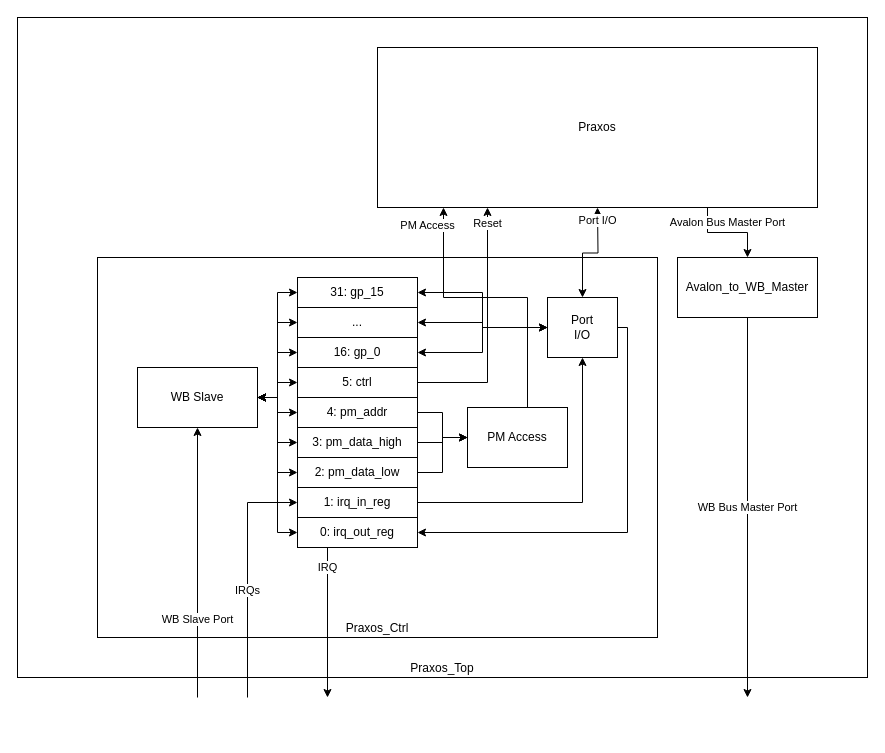
Before: assets/Praxos_Block_Diagram.drawio in epsilon537/boxlambda, a draw.io diagram. Source tidied: cells renumbered, new cells numbered last; positions are measured from the earlier drawing's top-left corner, leaving out a move shared by most shapes. Both pictures are drawn from the tidied source at 100%, with x=0, y=0 at pixel (17, 17).
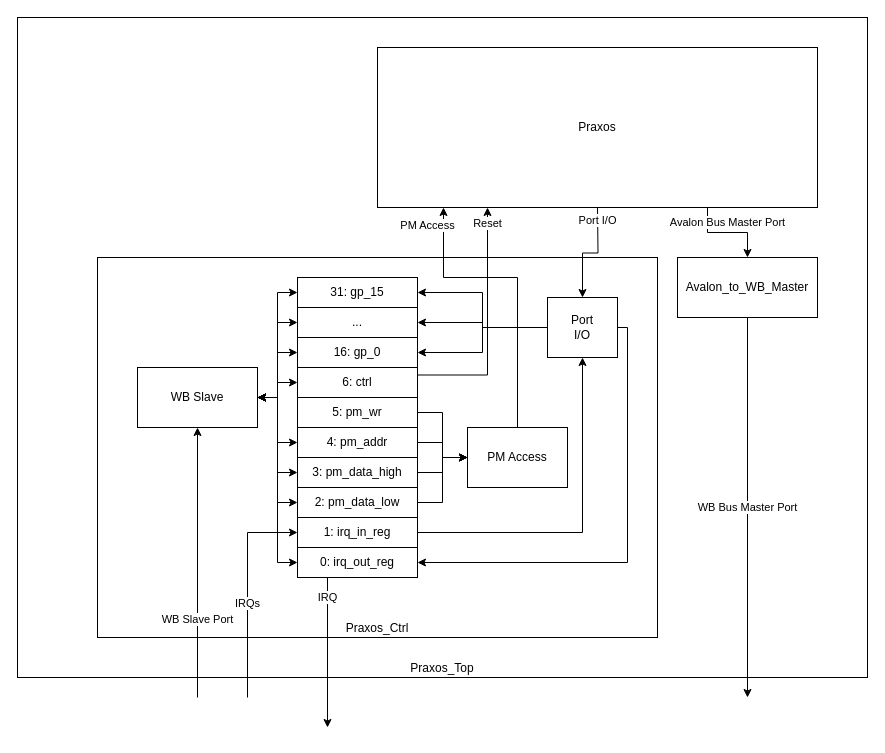
Above is the later version.

Unchanged cells that the change refers to:
```xml
<mxCell id="3" value="Praxos" style="rounded=0;whiteSpace=wrap;html=1;points=[[0,0,0,0,0],[0,0.25,0,0,0],[0,0.5,0,0,0],[0,0.75,0,0,0],[0,1,0,0,0],[0.15,1,0,0,0],[0.25,0,0,0,0],[0.33,1,0,0,0],[0.5,0,0,0,0],[0.5,1,0,0,0],[0.67,1,0,0,0],[0.75,0,0,0,0],[0.82,1,0,0,0],[1,0,0,0,0],[1,0.25,0,0,0],[1,0.5,0,0,0],[1,0.75,0,0,0],[1,1,0,0,0]];" parent="1" vertex="1">
  <mxGeometry x="360" y="30" width="440" height="160" as="geometry" />
</mxCell>
<mxCell id="19" value="16: gp_0" style="rounded=0;whiteSpace=wrap;html=1;" parent="1" vertex="1">
  <mxGeometry x="280" y="320" width="120" height="30" as="geometry" />
</mxCell>
<mxCell id="20" value="..." style="rounded=0;whiteSpace=wrap;html=1;" parent="1" vertex="1">
  <mxGeometry x="280" y="290" width="120" height="30" as="geometry" />
</mxCell>
<mxCell id="21" value="31: gp_15" style="rounded=0;whiteSpace=wrap;html=1;" parent="1" vertex="1">
  <mxGeometry x="280" y="260" width="120" height="30" as="geometry" />
</mxCell>
<mxCell id="26" value="Port&lt;br&gt;I/O" style="rounded=0;whiteSpace=wrap;html=1;" parent="1" vertex="1">
  <mxGeometry x="530" y="280" width="70" height="60" as="geometry" />
</mxCell>
```

Diff of the diagram source:
```diff
@@
-    <mxCell id="7" value="Port I/O" style="endArrow=classic;startArrow=classic;html=1;rounded=0;edgeStyle=orthogonalEdgeStyle;" parent="1" edge="1" source="26">
+    <mxCell id="7" value="Port I/O" style="endArrow=none;startArrow=classic;html=1;rounded=0;edgeStyle=orthogonalEdgeStyle;endFill=0;" parent="1" edge="1" source="26">
       <mxGeometry x="0.76" relative="1" as="geometry">
         <mxPoint x="580" y="190" as="targetPoint" />
       </mxGeometry>
     </mxCell>
@@
-    <mxCell id="10" value="Reset" style="endArrow=classic;html=1;rounded=0;exitX=1;exitY=0.5;exitDx=0;exitDy=0;entryX=0.25;entryY=1;entryDx=0;entryDy=0;edgeStyle=orthogonalEdgeStyle;" parent="1" edge="1" source="18" target="3">
+    <mxCell id="10" value="Reset" style="endArrow=classic;html=1;rounded=0;exitX=1;exitY=0.25;exitDx=0;exitDy=0;entryX=0.25;entryY=1;entryDx=0;entryDy=0;edgeStyle=orthogonalEdgeStyle;" parent="1" edge="1" source="18" target="3">
       <mxGeometry x="0.87" relative="1" as="geometry" />
     </mxCell>
     <mxCell id="11" value="PM Access" style="endArrow=classic;html=1;rounded=0;exitX=0.5;exitY=0;exitDx=0;exitDy=0;entryX=0.15;entryY=1;entryDx=0;entryDy=0;entryPerimeter=0;edgeStyle=orthogonalEdgeStyle;" parent="1" edge="1" source="22" target="3">
       <mxGeometry x="0.88" y="16" relative="1" as="geometry">
         <Array as="points">
-          <mxPoint x="510" y="280" />
-          <mxPoint x="426" y="280" />
+          <mxPoint x="500" y="260" />
+          <mxPoint x="426" y="260" />
         </Array>
       </mxGeometry>
     </mxCell>
@@
     <mxCell id="13" value="IRQs" style="endArrow=classic;html=1;rounded=0;entryX=0;entryY=0.5;entryDx=0;entryDy=0;edgeStyle=orthogonalEdgeStyle;" parent="1" edge="1" target="14">
       <mxGeometry x="-0.13" relative="1" as="geometry">
         <mxPoint x="230" y="680" as="sourcePoint" />
         <Array as="points">
-          <mxPoint x="230" y="485" />
+          <mxPoint x="230" y="515" />
         </Array>
       </mxGeometry>
     </mxCell>
     <mxCell id="14" value="1: irq_in_reg" style="rounded=0;whiteSpace=wrap;html=1;" parent="1" vertex="1">
-      <mxGeometry x="280" y="470" width="120" height="30" as="geometry" />
+      <mxGeometry x="280" y="500" width="120" height="30" as="geometry" />
     </mxCell>
     <mxCell id="15" value="2: pm_data_low" style="rounded=0;whiteSpace=wrap;html=1;" parent="1" vertex="1">
-      <mxGeometry x="280" y="440" width="120" height="30" as="geometry" />
+      <mxGeometry x="280" y="470" width="120" height="30" as="geometry" />
     </mxCell>
     <mxCell id="16" value="3: pm_data_high" style="rounded=0;whiteSpace=wrap;html=1;" parent="1" vertex="1">
-      <mxGeometry x="280" y="410" width="120" height="30" as="geometry" />
+      <mxGeometry x="280" y="440" width="120" height="30" as="geometry" />
     </mxCell>
     <mxCell id="17" value="4: pm_addr" style="rounded=0;whiteSpace=wrap;html=1;" parent="1" vertex="1">
-      <mxGeometry x="280" y="380" width="120" height="30" as="geometry" />
+      <mxGeometry x="280" y="410" width="120" height="30" as="geometry" />
     </mxCell>
-    <mxCell id="18" value="5: ctrl" style="rounded=0;whiteSpace=wrap;html=1;" parent="1" vertex="1">
+    <mxCell id="18" value="6: ctrl" style="rounded=0;whiteSpace=wrap;html=1;" parent="1" vertex="1">
       <mxGeometry x="280" y="350" width="120" height="30" as="geometry" />
     </mxCell>
@@
     <mxCell id="22" value="PM Access" style="rounded=0;whiteSpace=wrap;html=1;" parent="1" vertex="1">
-      <mxGeometry x="450" y="390" width="100" height="60" as="geometry" />
+      <mxGeometry x="450" y="410" width="100" height="60" as="geometry" />
     </mxCell>
@@
-    <mxCell id="25" style="endArrow=classic;html=1;rounded=0;exitX=1;exitY=0.5;exitDx=0;exitDy=0;edgeStyle=orthogonalEdgeStyle;" parent="1" edge="1" source="15" target="22">
+    <mxCell id="25" style="endArrow=classic;html=1;rounded=0;exitX=1;exitY=0.5;exitDx=0;exitDy=0;edgeStyle=orthogonalEdgeStyle;entryX=0;entryY=0.5;entryDx=0;entryDy=0;" parent="1" edge="1" source="15" target="22">
       <mxGeometry relative="1" as="geometry" />
     </mxCell>
@@
-    <mxCell id="27" style="endArrow=classic;html=1;rounded=0;exitX=1;exitY=0.5;exitDx=0;exitDy=0;edgeStyle=orthogonalEdgeStyle;startArrow=classic;startFill=1;" parent="1" edge="1" source="21" target="26">
+    <mxCell id="27" style="endArrow=none;html=1;rounded=0;exitX=1;exitY=0.5;exitDx=0;exitDy=0;edgeStyle=orthogonalEdgeStyle;startArrow=classic;startFill=1;endFill=0;" parent="1" edge="1" source="21" target="26">
       <mxGeometry relative="1" as="geometry" />
     </mxCell>
-    <mxCell id="28" style="endArrow=classic;html=1;rounded=0;exitX=1;exitY=0.5;exitDx=0;exitDy=0;edgeStyle=orthogonalEdgeStyle;startArrow=classic;startFill=1;" parent="1" edge="1" source="20" target="26">
+    <mxCell id="28" style="endArrow=none;html=1;rounded=0;exitX=1;exitY=0.5;exitDx=0;exitDy=0;edgeStyle=orthogonalEdgeStyle;startArrow=classic;startFill=1;endFill=0;" parent="1" edge="1" source="20" target="26">
       <mxGeometry relative="1" as="geometry" />
     </mxCell>
-    <mxCell id="29" style="endArrow=classic;html=1;rounded=0;exitX=1;exitY=0.5;exitDx=0;exitDy=0;edgeStyle=orthogonalEdgeStyle;startArrow=classic;startFill=1;" parent="1" edge="1" source="19" target="26">
+    <mxCell id="29" style="endArrow=none;html=1;rounded=0;exitX=1;exitY=0.5;exitDx=0;exitDy=0;edgeStyle=orthogonalEdgeStyle;startArrow=classic;startFill=1;endFill=0;" parent="1" edge="1" source="19" target="26">
       <mxGeometry relative="1" as="geometry" />
     </mxCell>
@@
     <mxCell id="31" style="endArrow=classic;html=1;rounded=0;entryX=1;entryY=0.5;entryDx=0;entryDy=0;edgeStyle=orthogonalEdgeStyle;" parent="1" edge="1" source="26" target="40">
       <mxGeometry relative="1" as="geometry">
         <Array as="points">
           <mxPoint x="610" y="310" />
-          <mxPoint x="610" y="515" />
+          <mxPoint x="610" y="545" />
         </Array>
       </mxGeometry>
     </mxCell>
     <mxCell id="32" value="IRQ" style="endArrow=classic;html=1;rounded=0;exitX=0.25;exitY=1;exitDx=0;exitDy=0;" parent="1" edge="1" source="40">
       <mxGeometry x="-0.73" relative="1" as="geometry">
-        <mxPoint x="310" y="680" as="targetPoint" />
+        <mxPoint x="310" y="710" as="targetPoint" />
       </mxGeometry>
     </mxCell>
@@
     <mxCell id="40" value="0: irq_out_reg" style="rounded=0;whiteSpace=wrap;html=1;" parent="1" vertex="1">
-      <mxGeometry x="280" y="500" width="120" height="30" as="geometry" />
+      <mxGeometry x="280" y="530" width="120" height="30" as="geometry" />
     </mxCell>
@@
+    <mxCell id="42" style="endArrow=classic;html=1;rounded=0;exitX=1;exitY=0.5;exitDx=0;exitDy=0;entryX=0;entryY=0.5;entryDx=0;entryDy=0;edgeStyle=orthogonalEdgeStyle;" parent="1" edge="1" source="43" target="22">
+      <mxGeometry relative="1" as="geometry" />
+    </mxCell>
+    <mxCell id="43" value="5: pm_wr" style="rounded=0;whiteSpace=wrap;html=1;" parent="1" vertex="1">
+      <mxGeometry x="280" y="380" width="120" height="30" as="geometry" />
+    </mxCell>
```
